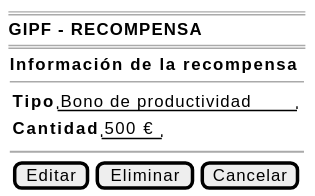
Above: images/RUP/00-casos-uso/02-detalle/coordinador/abrirRecompensas/abrirRecompensa-wireframe.svg in beatriizorozco/25-26-idsw2-sdVC (PlantUML), before the change.
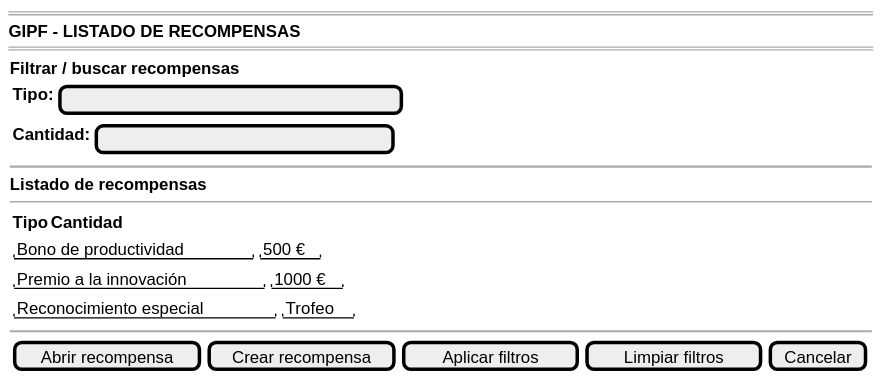
After the change.

The edit, as a diff of the source:
```diff
@@ -1,19 +1,29 @@
-@startsalt abrirRecompensa-wireframe
+@startsalt abrirRecompensas-wireframe
 {
     ====
-    <b>GIPF - RECOMPENSA</b>
+    <b>GIPF - LISTADO DE RECOMPENSAS</b>
     ====
     {
-        <b>Información de la recompensa</b>
-        --
+        <b>Filtrar / buscar recompensas</b>
         {
-            {<b>Tipo</b>     | "Bono de productividad"}
-            {<b>Cantidad</b> | "500 €"}
+            {<b>Tipo:</b> | [                              ]}
+            {<b>Cantidad:</b> | [                          ]}
         }
 
         ~~
 
-        {[Editar] | [Eliminar] | [Cancelar]}
+        <b>Listado de recompensas</b>
+        --
+        {
+            {<b>Tipo</b>               | <b>Cantidad</b>}
+            {"Bono de productividad"     | "500 €"}
+            {"Premio a la innovación"    | "1000 €"}
+            {"Reconocimiento especial"   | "Trofeo"}
+        }
+
+        ~~
+
+        {[Abrir recompensa] | [Crear recompensa] | [Aplicar filtros] | [Limpiar filtros] | [Cancelar]}
     }
 }
 @endsalt
```
